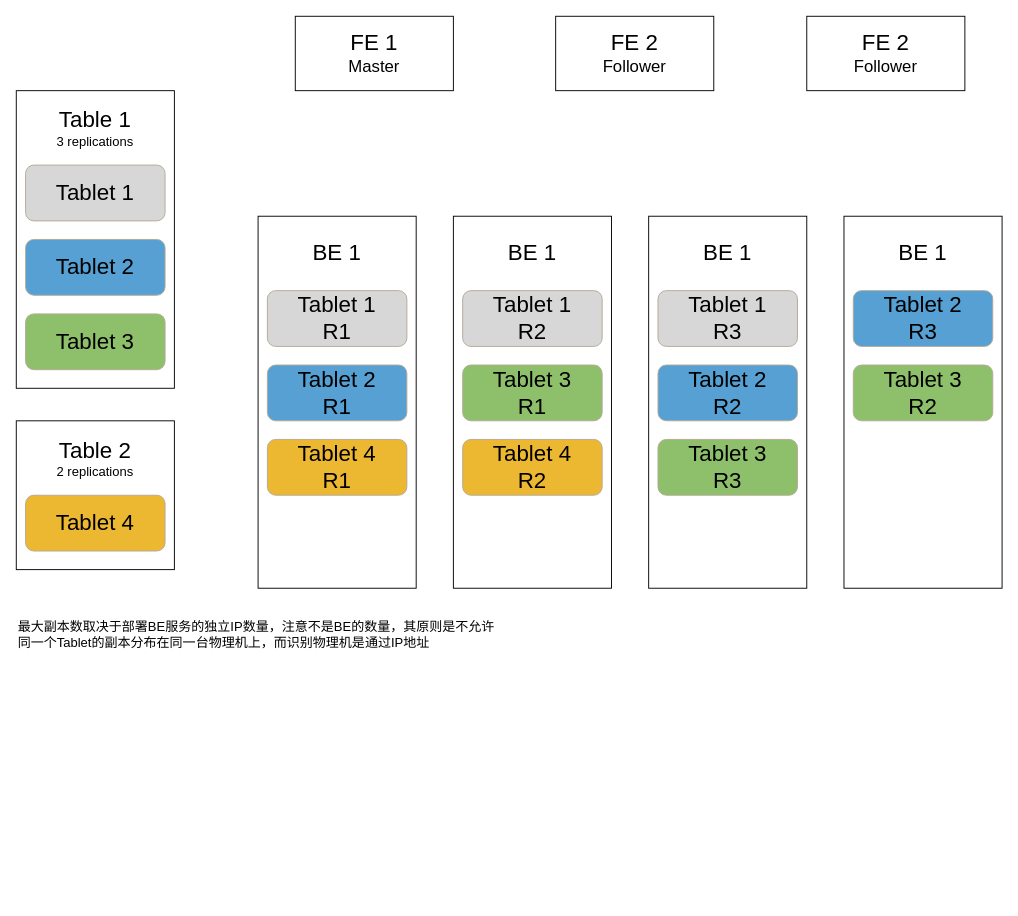
Before: page "物理结构" (3 of 3) of database/Doris/Storage.drawio in gohalo/mind, a draw.io diagram. Source tidied: cells renumbered, new cells numbered last; positions are measured from the earlier drawing's top-left corner, leaving out a move shared by most shapes. Both pictures are drawn from the tidied source at 93%, with x=0, y=0 at pixel (16, 16).
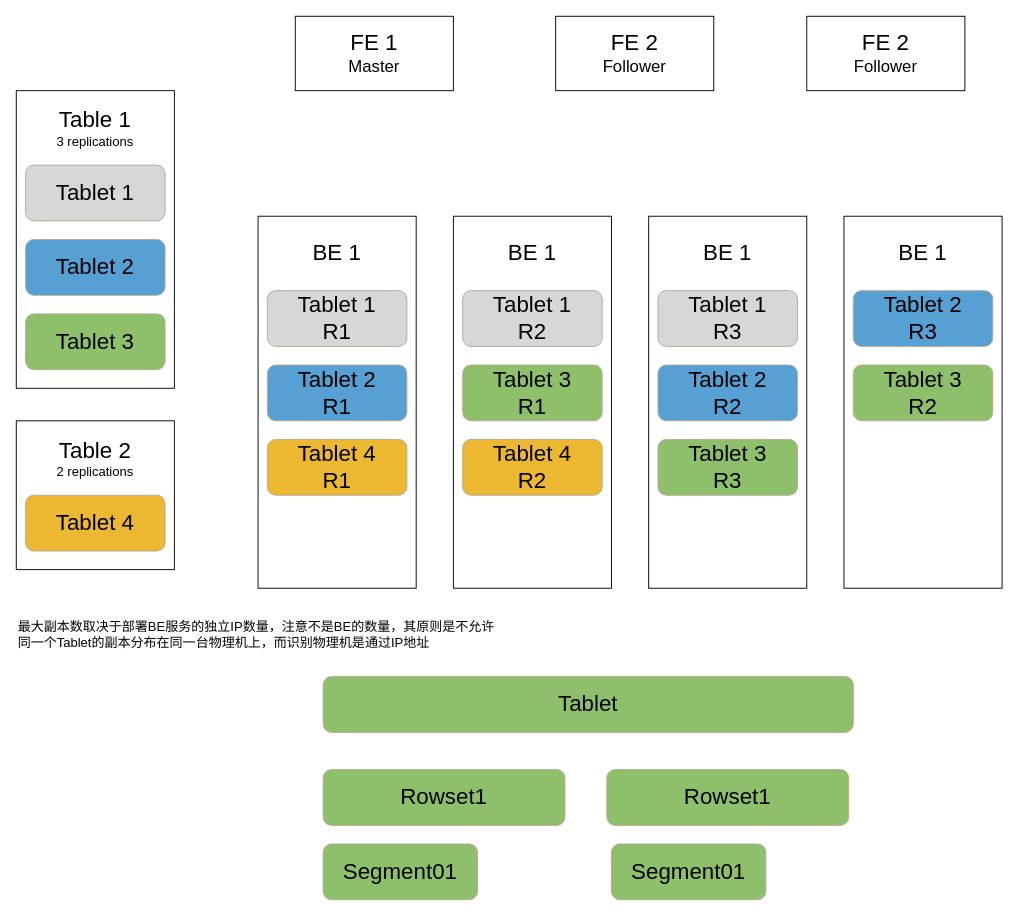
The same diagram, later.

Change to the diagram source:
```diff
@@
+    <mxCell id="36" value="&lt;font style=&quot;font-size: 24px;&quot;&gt;Tablet&lt;br&gt;&lt;/font&gt;" style="rounded=1;whiteSpace=wrap;html=1;strokeColor=#b4a996;fillColor=#8ec06c;" parent="1" vertex="1">
+      <mxGeometry x="330" y="710" width="570" height="60" as="geometry" />
+    </mxCell>
+    <mxCell id="37" value="&lt;font style=&quot;font-size: 24px;&quot;&gt;Rowset1&lt;br&gt;&lt;/font&gt;" style="rounded=1;whiteSpace=wrap;html=1;strokeColor=#b4a996;fillColor=#8ec06c;" parent="1" vertex="1">
+      <mxGeometry x="330" y="810" width="260" height="60" as="geometry" />
+    </mxCell>
+    <mxCell id="38" value="&lt;font style=&quot;font-size: 24px;&quot;&gt;Rowset1&lt;br&gt;&lt;/font&gt;" style="rounded=1;whiteSpace=wrap;html=1;strokeColor=#b4a996;fillColor=#8ec06c;" parent="1" vertex="1">
+      <mxGeometry x="635" y="810" width="260" height="60" as="geometry" />
+    </mxCell>
+    <mxCell id="39" value="&lt;font style=&quot;font-size: 24px;&quot;&gt;Segment01&lt;br&gt;&lt;/font&gt;" style="rounded=1;whiteSpace=wrap;html=1;strokeColor=#b4a996;fillColor=#8ec06c;" parent="1" vertex="1">
+      <mxGeometry x="330" y="890" width="166" height="60" as="geometry" />
+    </mxCell>
+    <mxCell id="40" value="&lt;font style=&quot;font-size: 24px;&quot;&gt;Segment01&lt;br&gt;&lt;/font&gt;" style="rounded=1;whiteSpace=wrap;html=1;strokeColor=#b4a996;fillColor=#8ec06c;" parent="1" vertex="1">
+      <mxGeometry x="640" y="890" width="166" height="60" as="geometry" />
+    </mxCell>
```
